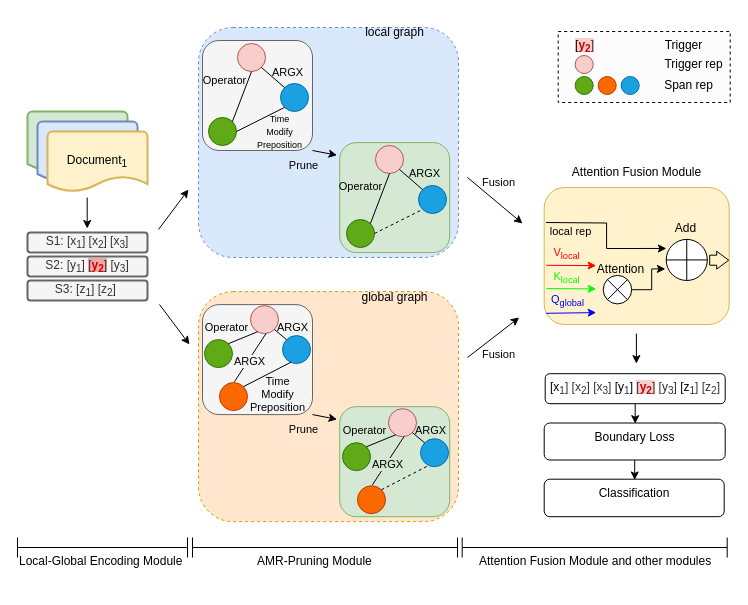
Before: model-modify2.drawio in crawlerWPS/drawing, a draw.io diagram. Source tidied: cells renumbered, new cells numbered last; positions are measured from the earlier drawing's top-left corner, leaving out a move shared by most shapes. Both pictures are drawn from the tidied source at 100%, with x=0, y=0 at pixel (17, 17).
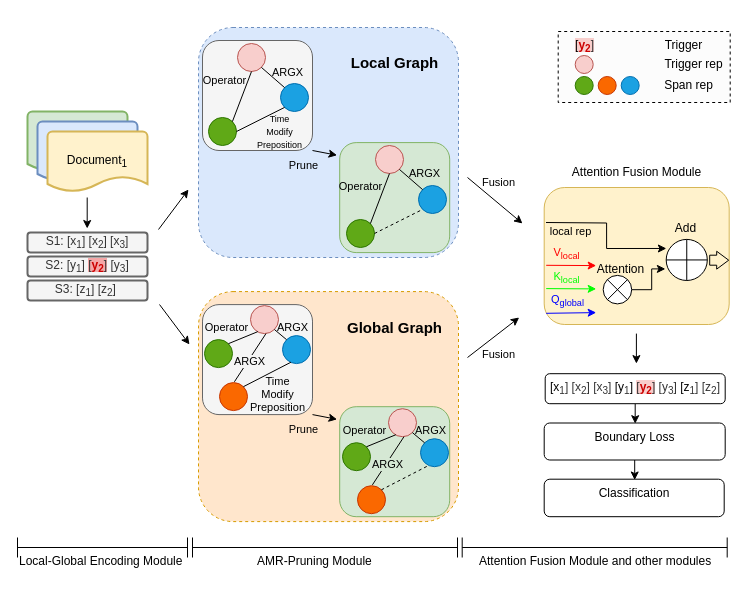
The same diagram, later.

Diff of the diagram source:
```diff
@@
-    <mxCell id="42" value="local graph" style="text;html=1;align=center;verticalAlign=middle;strokeColor=none;fillColor=none;" parent="1" vertex="1">
-      <mxGeometry x="337.2" width="80" height="30" as="geometry" />
+    <mxCell id="42" value="&lt;font style=&quot;font-size: 15px;&quot;&gt;&lt;b&gt;Local Graph&lt;/b&gt;&lt;/font&gt;" style="text;html=1;align=center;verticalAlign=middle;strokeColor=none;fillColor=none;" parent="1" vertex="1">
+      <mxGeometry x="322.2" y="30" width="110" height="30" as="geometry" />
     </mxCell>
@@
-    <mxCell id="94" value="global graph" style="text;html=1;align=center;verticalAlign=middle;strokeColor=none;fillColor=none;" parent="1" vertex="1">
-      <mxGeometry x="332.2" y="265.1" width="90" height="30" as="geometry" />
+    <mxCell id="94" value="&lt;b&gt;&lt;font style=&quot;font-size: 15px;&quot;&gt;Global Graph&lt;/font&gt;&lt;/b&gt;" style="text;html=1;align=center;verticalAlign=middle;strokeColor=none;fillColor=none;" parent="1" vertex="1">
+      <mxGeometry x="317.2" y="295.1" width="120" height="30" as="geometry" />
     </mxCell>
```
